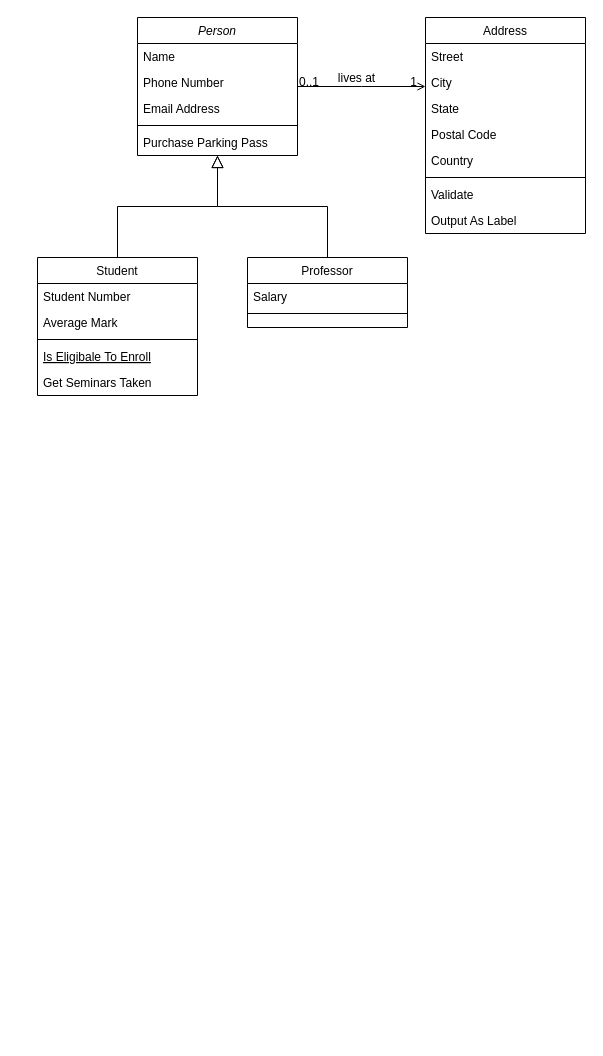
The draw.io diagram 4-1-Assignment.drawio in kincaidtk901/Workspace, before the edit. Source tidied: cells renumbered, new cells numbered last; positions are measured from the earlier drawing's top-left corner, leaving out a move shared by most shapes. Both pictures are drawn from the tidied source at 100%, with x=0, y=0 at pixel (37, 17).
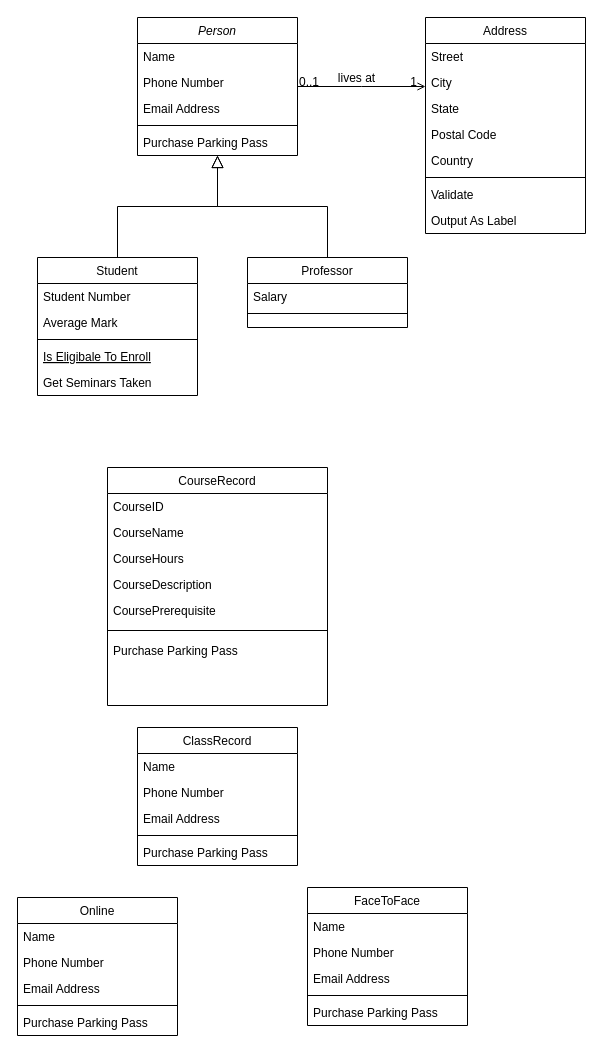
After the change.

Diff of the diagram source:
```diff
@@
+    <mxCell id="32" value="ClassRecord" style="swimlane;fontStyle=0;align=center;verticalAlign=top;horizontal=1;startSize=26;rounded=0;shadow=0;strokeWidth=1;" parent="1" vertex="1">
+      <mxGeometry x="100" y="710" width="160" height="138" as="geometry" />
+    </mxCell>
+    <mxCell id="33" value="Name" style="text;align=left;verticalAlign=top;spacingLeft=4;spacingRight=4;overflow=hidden;" parent="32" vertex="1">
+      <mxGeometry y="26" width="160" height="26" as="geometry" />
+    </mxCell>
+    <mxCell id="34" value="Phone Number" style="text;align=left;verticalAlign=top;spacingLeft=4;spacingRight=4;overflow=hidden;rounded=0;shadow=0;html=0;" parent="32" vertex="1">
+      <mxGeometry y="52" width="160" height="26" as="geometry" />
+    </mxCell>
+    <mxCell id="35" value="Email Address" style="text;align=left;verticalAlign=top;spacingLeft=4;spacingRight=4;overflow=hidden;rounded=0;shadow=0;html=0;" parent="32" vertex="1">
+      <mxGeometry y="78" width="160" height="26" as="geometry" />
+    </mxCell>
+    <mxCell id="36" style="line;html=1;strokeWidth=1;align=left;verticalAlign=middle;spacingTop=-1;spacingLeft=3;spacingRight=3;labelPosition=right;" parent="32" vertex="1">
+      <mxGeometry y="104" width="160" height="8" as="geometry" />
+    </mxCell>
+    <mxCell id="37" value="Purchase Parking Pass" style="text;align=left;verticalAlign=top;spacingLeft=4;spacingRight=4;overflow=hidden;" parent="32" vertex="1">
+      <mxGeometry y="112" width="160" height="26" as="geometry" />
+    </mxCell>
+    <mxCell id="38" value="CourseRecord" style="swimlane;fontStyle=0;align=center;verticalAlign=top;horizontal=1;startSize=26;rounded=0;shadow=0;strokeWidth=1;" parent="1" vertex="1">
+      <mxGeometry x="70" y="450" width="220" height="238" as="geometry" />
+    </mxCell>
+    <mxCell id="39" value="CourseID" style="text;align=left;verticalAlign=top;spacingLeft=4;spacingRight=4;overflow=hidden;" parent="38" vertex="1">
+      <mxGeometry y="26" width="220" height="26" as="geometry" />
+    </mxCell>
+    <mxCell id="40" value="CourseName" style="text;align=left;verticalAlign=top;spacingLeft=4;spacingRight=4;overflow=hidden;rounded=0;shadow=0;html=0;" parent="38" vertex="1">
+      <mxGeometry y="52" width="220" height="26" as="geometry" />
+    </mxCell>
+    <mxCell id="41" value="CourseHours" style="text;align=left;verticalAlign=top;spacingLeft=4;spacingRight=4;overflow=hidden;rounded=0;shadow=0;html=0;" parent="38" vertex="1">
+      <mxGeometry y="78" width="220" height="26" as="geometry" />
+    </mxCell>
+    <mxCell id="42" value="CourseDescription" style="text;align=left;verticalAlign=top;spacingLeft=4;spacingRight=4;overflow=hidden;rounded=0;shadow=0;html=0;" parent="38" vertex="1">
+      <mxGeometry y="104" width="220" height="26" as="geometry" />
+    </mxCell>
+    <mxCell id="43" value="CoursePrerequisite" style="text;align=left;verticalAlign=top;spacingLeft=4;spacingRight=4;overflow=hidden;rounded=0;shadow=0;html=0;" parent="38" vertex="1">
+      <mxGeometry y="130" width="220" height="26" as="geometry" />
+    </mxCell>
+    <mxCell id="44" style="line;html=1;strokeWidth=1;align=left;verticalAlign=middle;spacingTop=-1;spacingLeft=3;spacingRight=3;labelPosition=right;" parent="38" vertex="1">
+      <mxGeometry y="156" width="220" height="14" as="geometry" />
+    </mxCell>
+    <mxCell id="45" value="Purchase Parking Pass" style="text;align=left;verticalAlign=top;spacingLeft=4;spacingRight=4;overflow=hidden;" parent="38" vertex="1">
+      <mxGeometry y="170" width="220" height="26" as="geometry" />
+    </mxCell>
+    <mxCell id="46" value="Online" style="swimlane;fontStyle=0;align=center;verticalAlign=top;horizontal=1;startSize=26;rounded=0;shadow=0;strokeWidth=1;" parent="1" vertex="1">
+      <mxGeometry x="-20" y="880" width="160" height="138" as="geometry" />
+    </mxCell>
+    <mxCell id="47" value="Name" style="text;align=left;verticalAlign=top;spacingLeft=4;spacingRight=4;overflow=hidden;" parent="46" vertex="1">
+      <mxGeometry y="26" width="160" height="26" as="geometry" />
+    </mxCell>
+    <mxCell id="48" value="Phone Number" style="text;align=left;verticalAlign=top;spacingLeft=4;spacingRight=4;overflow=hidden;rounded=0;shadow=0;html=0;" parent="46" vertex="1">
+      <mxGeometry y="52" width="160" height="26" as="geometry" />
+    </mxCell>
+    <mxCell id="49" value="Email Address" style="text;align=left;verticalAlign=top;spacingLeft=4;spacingRight=4;overflow=hidden;rounded=0;shadow=0;html=0;" parent="46" vertex="1">
+      <mxGeometry y="78" width="160" height="26" as="geometry" />
+    </mxCell>
+    <mxCell id="50" style="line;html=1;strokeWidth=1;align=left;verticalAlign=middle;spacingTop=-1;spacingLeft=3;spacingRight=3;labelPosition=right;" parent="46" vertex="1">
+      <mxGeometry y="104" width="160" height="8" as="geometry" />
+    </mxCell>
+    <mxCell id="51" value="Purchase Parking Pass" style="text;align=left;verticalAlign=top;spacingLeft=4;spacingRight=4;overflow=hidden;" parent="46" vertex="1">
+      <mxGeometry y="112" width="160" height="26" as="geometry" />
+    </mxCell>
+    <mxCell id="52" value="FaceToFace" style="swimlane;fontStyle=0;align=center;verticalAlign=top;horizontal=1;startSize=26;rounded=0;shadow=0;strokeWidth=1;" parent="1" vertex="1">
+      <mxGeometry x="270" y="870" width="160" height="138" as="geometry" />
+    </mxCell>
+    <mxCell id="53" value="Name" style="text;align=left;verticalAlign=top;spacingLeft=4;spacingRight=4;overflow=hidden;" parent="52" vertex="1">
+      <mxGeometry y="26" width="160" height="26" as="geometry" />
+    </mxCell>
+    <mxCell id="54" value="Phone Number" style="text;align=left;verticalAlign=top;spacingLeft=4;spacingRight=4;overflow=hidden;rounded=0;shadow=0;html=0;" parent="52" vertex="1">
+      <mxGeometry y="52" width="160" height="26" as="geometry" />
+    </mxCell>
+    <mxCell id="55" value="Email Address" style="text;align=left;verticalAlign=top;spacingLeft=4;spacingRight=4;overflow=hidden;rounded=0;shadow=0;html=0;" parent="52" vertex="1">
+      <mxGeometry y="78" width="160" height="26" as="geometry" />
+    </mxCell>
+    <mxCell id="56" style="line;html=1;strokeWidth=1;align=left;verticalAlign=middle;spacingTop=-1;spacingLeft=3;spacingRight=3;labelPosition=right;" parent="52" vertex="1">
+      <mxGeometry y="104" width="160" height="8" as="geometry" />
+    </mxCell>
+    <mxCell id="57" value="Purchase Parking Pass" style="text;align=left;verticalAlign=top;spacingLeft=4;spacingRight=4;overflow=hidden;" parent="52" vertex="1">
+      <mxGeometry y="112" width="160" height="26" as="geometry" />
+    </mxCell>
```
